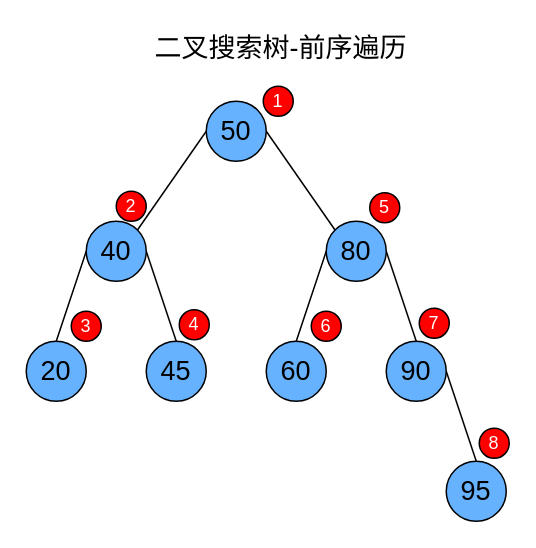
Above: files/data_structure/tree/二叉搜索树-前序遍历.drawio in weizhiqimail/draw.io.repo (draw.io), before the change. Source tidied: cells renumbered, new cells numbered last; positions are measured from the earlier drawing's top-left corner, leaving out a move shared by most shapes. Both pictures are drawn from the tidied source at 150%, with x=0, y=0 at pixel (26, 26).
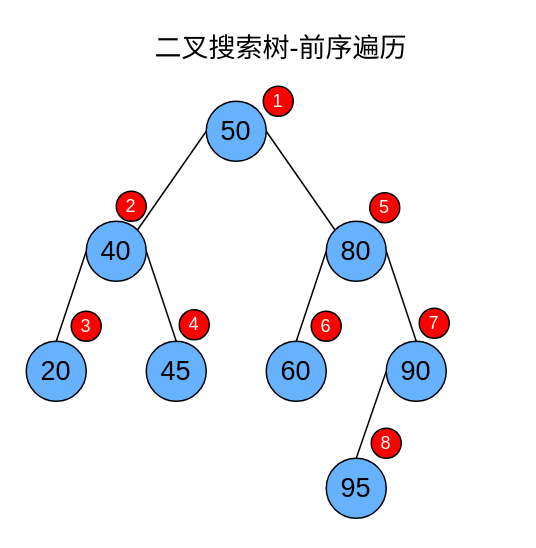
Above is the later version.

Unchanged cells that the change refers to:
```xml
<mxCell id="15" value="&lt;font style=&quot;color: rgb(0, 0, 0); font-size: 18px;&quot;&gt;90&lt;/font&gt;" style="ellipse;whiteSpace=wrap;html=1;fillColor=#66B2FF;" parent="1" vertex="1">
  <mxGeometry x="240" y="210" width="40" height="40" as="geometry" />
</mxCell>
```

The edit, as a diff of the source:
```diff
@@
     <mxCell id="13" value="&lt;font style=&quot;color: rgb(0, 0, 0); font-size: 18px;&quot;&gt;95&lt;/font&gt;" style="ellipse;whiteSpace=wrap;html=1;fillColor=#66B2FF;" parent="1" vertex="1">
-      <mxGeometry x="280" y="290" width="40" height="40" as="geometry" />
+      <mxGeometry x="200" y="288" width="40" height="40" as="geometry" />
     </mxCell>
-    <mxCell id="14" style="edgeStyle=none;html=1;exitX=1;exitY=0.5;exitDx=0;exitDy=0;entryX=0.5;entryY=0;entryDx=0;entryDy=0;endArrow=none;endFill=0;" parent="1" edge="1" source="15" target="13">
+    <mxCell id="14" style="edgeStyle=none;html=1;exitX=0;exitY=0.5;exitDx=0;exitDy=0;entryX=0.5;entryY=0;entryDx=0;entryDy=0;endArrow=none;endFill=0;" parent="1" edge="1" source="15" target="13">
       <mxGeometry relative="1" as="geometry" />
     </mxCell>
@@
     <mxCell id="24" value="&lt;font style=&quot;color: rgb(255, 255, 255);&quot;&gt;8&lt;/font&gt;" style="ellipse;whiteSpace=wrap;html=1;fillColor=light-dark(#ff0000, #ededed);strokeWidth=1;" parent="1" vertex="1">
-      <mxGeometry x="302" y="268" width="20" height="20" as="geometry" />
+      <mxGeometry x="230" y="268" width="20" height="20" as="geometry" />
     </mxCell>
```
